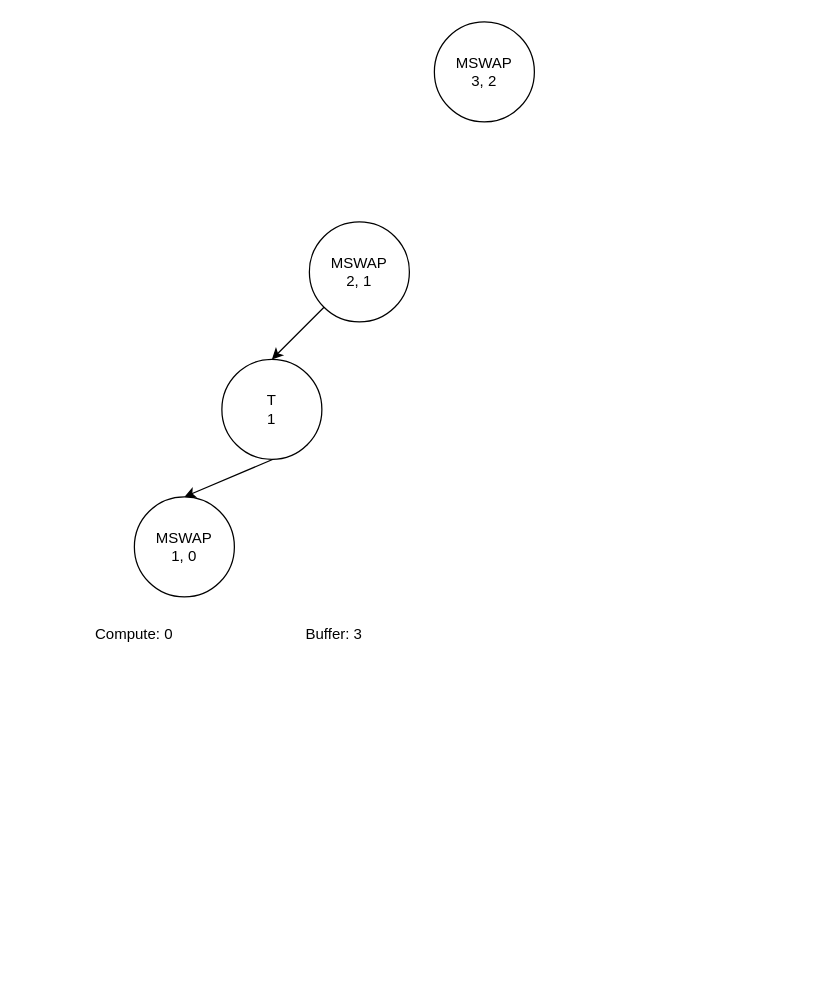
This is page "Example Program DAG" (7 of 7) of diagrams/Paper figures.drawio from gunagya/quicksilver, a draw.io file, before an edit. Source tidied: cells renumbered, new cells numbered last; positions are measured from the earlier drawing's top-left corner, leaving out a move shared by most shapes. Both pictures are drawn from the tidied source at 125%, with x=0, y=0 at pixel (84, 21).
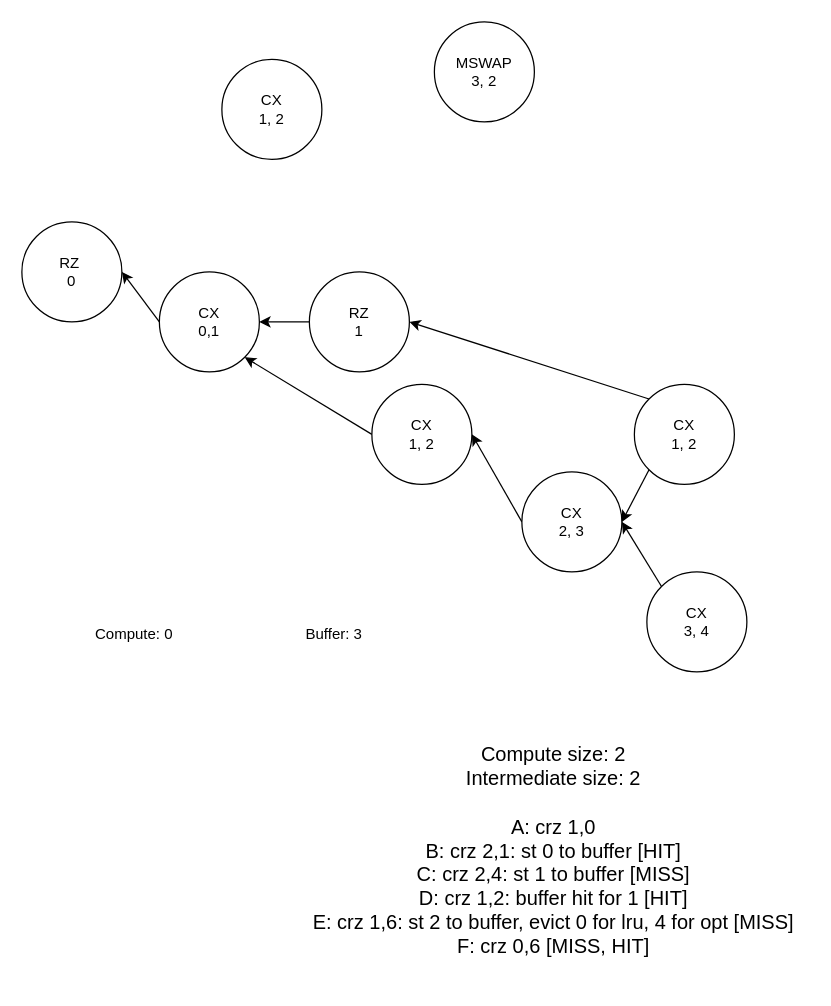
After the change.

What changed in the source:
```diff
@@
-    <mxCell id="2" style="edgeStyle=none;html=1;exitX=1;exitY=1;exitDx=0;exitDy=0;entryX=0.5;entryY=0;entryDx=0;entryDy=0;" parent="1" edge="1" source="3" target="4">
+    <mxCell id="2" style="edgeStyle=none;html=1;exitX=0;exitY=0.5;exitDx=0;exitDy=0;entryX=1;entryY=0.5;entryDx=0;entryDy=0;" parent="1" edge="1" source="3" target="4">
       <mxGeometry relative="1" as="geometry" />
     </mxCell>
-    <mxCell id="3" value="T&lt;div&gt;1&lt;/div&gt;" style="ellipse;whiteSpace=wrap;html=1;" parent="1" vertex="1">
-      <mxGeometry x="110" y="270" width="80" height="80" as="geometry" />
+    <mxCell id="3" value="CX&lt;div&gt;0,1&lt;/div&gt;" style="ellipse;whiteSpace=wrap;html=1;" parent="1" vertex="1">
+      <mxGeometry x="60" y="200" width="80" height="80" as="geometry" />
     </mxCell>
-    <mxCell id="4" value="MSWAP&lt;div&gt;1, 0&lt;/div&gt;" style="ellipse;whiteSpace=wrap;html=1;" parent="1" vertex="1">
-      <mxGeometry x="40" y="380" width="80" height="80" as="geometry" />
+    <mxCell id="4" value="RZ&amp;nbsp;&lt;div&gt;0&lt;/div&gt;" style="ellipse;whiteSpace=wrap;html=1;" parent="1" vertex="1">
+      <mxGeometry x="-50" y="160" width="80" height="80" as="geometry" />
     </mxCell>
-    <mxCell id="5" style="edgeStyle=none;html=1;exitX=0;exitY=1;exitDx=0;exitDy=0;entryX=0.5;entryY=0;entryDx=0;entryDy=0;" parent="1" edge="1" source="6" target="3">
+    <mxCell id="5" style="edgeStyle=none;html=1;exitX=0;exitY=0.5;exitDx=0;exitDy=0;entryX=1;entryY=1;entryDx=0;entryDy=0;" parent="1" edge="1" source="6" target="3">
       <mxGeometry relative="1" as="geometry" />
     </mxCell>
-    <mxCell id="6" value="MSWAP&lt;div&gt;2, 1&lt;/div&gt;" style="ellipse;whiteSpace=wrap;html=1;" parent="1" vertex="1">
-      <mxGeometry x="180" y="160" width="80" height="80" as="geometry" />
+    <mxCell id="6" value="CX&lt;div&gt;1, 2&lt;/div&gt;" style="ellipse;whiteSpace=wrap;html=1;" parent="1" vertex="1">
+      <mxGeometry x="230" y="290" width="80" height="80" as="geometry" />
     </mxCell>
@@
+    <mxCell id="10" value="&lt;font style=&quot;font-size: 16px;&quot;&gt;Compute size: 2&lt;/font&gt;&lt;div&gt;&lt;font style=&quot;font-size: 16px;&quot;&gt;Intermediate size: 2&lt;/font&gt;&lt;/div&gt;&lt;div&gt;&lt;font style=&quot;font-size: 16px;&quot;&gt;&lt;br&gt;&lt;/font&gt;&lt;/div&gt;&lt;div&gt;&lt;font style=&quot;font-size: 16px;&quot;&gt;A: crz 1,0&lt;/font&gt;&lt;/div&gt;&lt;div&gt;&lt;font style=&quot;font-size: 16px;&quot;&gt;B: crz 2,1: st 0 to buffer [HIT]&lt;/font&gt;&lt;/div&gt;&lt;div&gt;&lt;font style=&quot;font-size: 16px;&quot;&gt;C: crz 2,4: st 1 to buffer [MISS]&lt;/font&gt;&lt;/div&gt;&lt;div&gt;&lt;font style=&quot;font-size: 16px;&quot;&gt;D: crz 1,2: buffer hit for 1 [HIT]&lt;/font&gt;&lt;/div&gt;&lt;div&gt;&lt;font style=&quot;font-size: 16px;&quot;&gt;E: crz 1,6: st 2 to buffer, evict 0 for lru, 4 for opt [MISS]&lt;/font&gt;&lt;/div&gt;&lt;div&gt;&lt;font style=&quot;font-size: 16px;&quot;&gt;F: crz 0,6 [MISS, HIT]&lt;/font&gt;&lt;/div&gt;&lt;div&gt;&lt;br&gt;&lt;/div&gt;" style="text;html=1;align=center;verticalAlign=middle;strokeColor=none;fillColor=none;" parent="1" vertex="1">
+      <mxGeometry x="170" y="570" width="410" height="200" as="geometry" />
+    </mxCell>
+    <mxCell id="11" value="CX&lt;div&gt;1, 2&lt;/div&gt;" style="ellipse;whiteSpace=wrap;html=1;" parent="1" vertex="1">
+      <mxGeometry x="110" y="30" width="80" height="80" as="geometry" />
+    </mxCell>
+    <mxCell id="12" style="edgeStyle=none;html=1;exitX=0;exitY=0.5;exitDx=0;exitDy=0;entryX=1;entryY=0.5;entryDx=0;entryDy=0;" parent="1" edge="1" source="13" target="3">
+      <mxGeometry relative="1" as="geometry" />
+    </mxCell>
+    <mxCell id="13" value="RZ&lt;div&gt;1&lt;/div&gt;" style="ellipse;whiteSpace=wrap;html=1;" parent="1" vertex="1">
+      <mxGeometry x="180" y="200" width="80" height="80" as="geometry" />
+    </mxCell>
+    <mxCell id="14" style="edgeStyle=none;html=1;exitX=0;exitY=0.5;exitDx=0;exitDy=0;entryX=1;entryY=0.5;entryDx=0;entryDy=0;" parent="1" edge="1" source="15" target="6">
+      <mxGeometry relative="1" as="geometry" />
+    </mxCell>
+    <mxCell id="15" value="CX&lt;div&gt;2, 3&lt;/div&gt;" style="ellipse;whiteSpace=wrap;html=1;" parent="1" vertex="1">
+      <mxGeometry x="350" y="360" width="80" height="80" as="geometry" />
+    </mxCell>
+    <mxCell id="16" style="edgeStyle=none;html=1;exitX=0;exitY=1;exitDx=0;exitDy=0;entryX=1;entryY=0.5;entryDx=0;entryDy=0;" parent="1" edge="1" source="18" target="15">
+      <mxGeometry relative="1" as="geometry" />
+    </mxCell>
+    <mxCell id="17" style="edgeStyle=none;html=1;exitX=0;exitY=0;exitDx=0;exitDy=0;entryX=1;entryY=0.5;entryDx=0;entryDy=0;" parent="1" edge="1" source="18" target="13">
+      <mxGeometry relative="1" as="geometry" />
+    </mxCell>
+    <mxCell id="18" value="CX&lt;div&gt;1, 2&lt;/div&gt;" style="ellipse;whiteSpace=wrap;html=1;" parent="1" vertex="1">
+      <mxGeometry x="440" y="290" width="80" height="80" as="geometry" />
+    </mxCell>
+    <mxCell id="19" style="edgeStyle=none;html=1;exitX=0;exitY=0;exitDx=0;exitDy=0;entryX=1;entryY=0.5;entryDx=0;entryDy=0;" parent="1" edge="1" source="20" target="15">
+      <mxGeometry relative="1" as="geometry" />
+    </mxCell>
+    <mxCell id="20" value="CX&lt;div&gt;3, 4&lt;/div&gt;" style="ellipse;whiteSpace=wrap;html=1;" parent="1" vertex="1">
+      <mxGeometry x="450" y="440" width="80" height="80" as="geometry" />
+    </mxCell>
```
